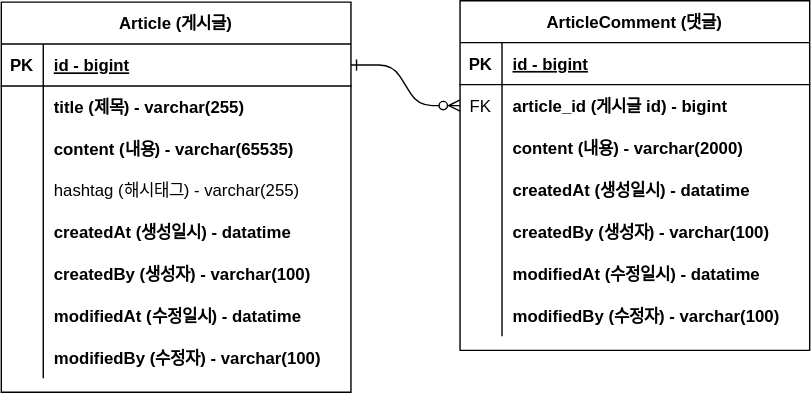
Before: document/project-article-erd.drawio.svg, a diagram exported from draw.io (JJuuuunn/Fastcampus_Article). Source tidied: cells renumbered, new cells last; positions are measured from the earlier drawing's top-left corner, leaving out a move shared by most shapes.
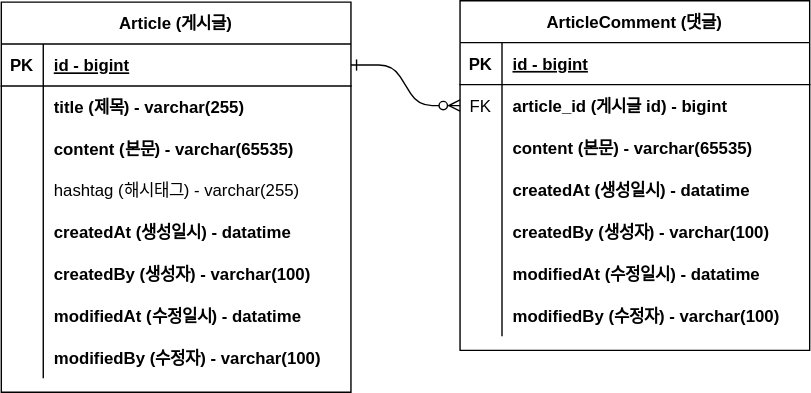
The same diagram one commit later.

Commit message:
#8 - ERD 주석 업데이트: project-article-erd.drawio.svg

What changed in the source:
```diff
@@ -32,7 +32,7 @@
     <mxCell id="11" style="shape=partialRectangle;overflow=hidden;fillColor=none;top=0;left=0;bottom=0;right=0;" parent="10" vertex="1">
       <mxGeometry width="30" height="30" as="geometry" />
     </mxCell>
-    <mxCell id="12" value="content (내용) - varchar(2000)" style="shape=partialRectangle;overflow=hidden;fillColor=none;top=0;left=0;bottom=0;right=0;align=left;spacingLeft=6;fontStyle=1;" parent="10" vertex="1">
+    <mxCell id="12" value="content (본문) - varchar(65535)" style="shape=partialRectangle;overflow=hidden;fillColor=none;top=0;left=0;bottom=0;right=0;align=left;spacingLeft=6;fontStyle=1;" parent="10" vertex="1">
       <mxGeometry x="30" width="220" height="30" as="geometry" />
     </mxCell>
     <mxCell id="13" style="shape=partialRectangle;fillColor=none;top=0;left=0;right=0;bottom=0;" parent="3" vertex="1">
@@ -98,7 +98,7 @@
     <mxCell id="33" style="shape=partialRectangle;overflow=hidden;fillColor=none;top=0;left=0;bottom=0;right=0;" parent="32" vertex="1">
       <mxGeometry width="30" height="30" as="geometry" />
     </mxCell>
-    <mxCell id="34" value="content (내용) - varchar(65535)" style="shape=partialRectangle;overflow=hidden;fillColor=none;top=0;left=0;bottom=0;right=0;align=left;spacingLeft=6;fontStyle=1;" parent="32" vertex="1">
+    <mxCell id="34" value="content (본문) - varchar(65535)" style="shape=partialRectangle;overflow=hidden;fillColor=none;top=0;left=0;bottom=0;right=0;align=left;spacingLeft=6;fontStyle=1;" parent="32" vertex="1">
       <mxGeometry x="30" width="220" height="30" as="geometry" />
     </mxCell>
     <mxCell id="35" style="shape=partialRectangle;fillColor=none;top=0;left=0;right=0;bottom=0;" parent="25" vertex="1">
```
